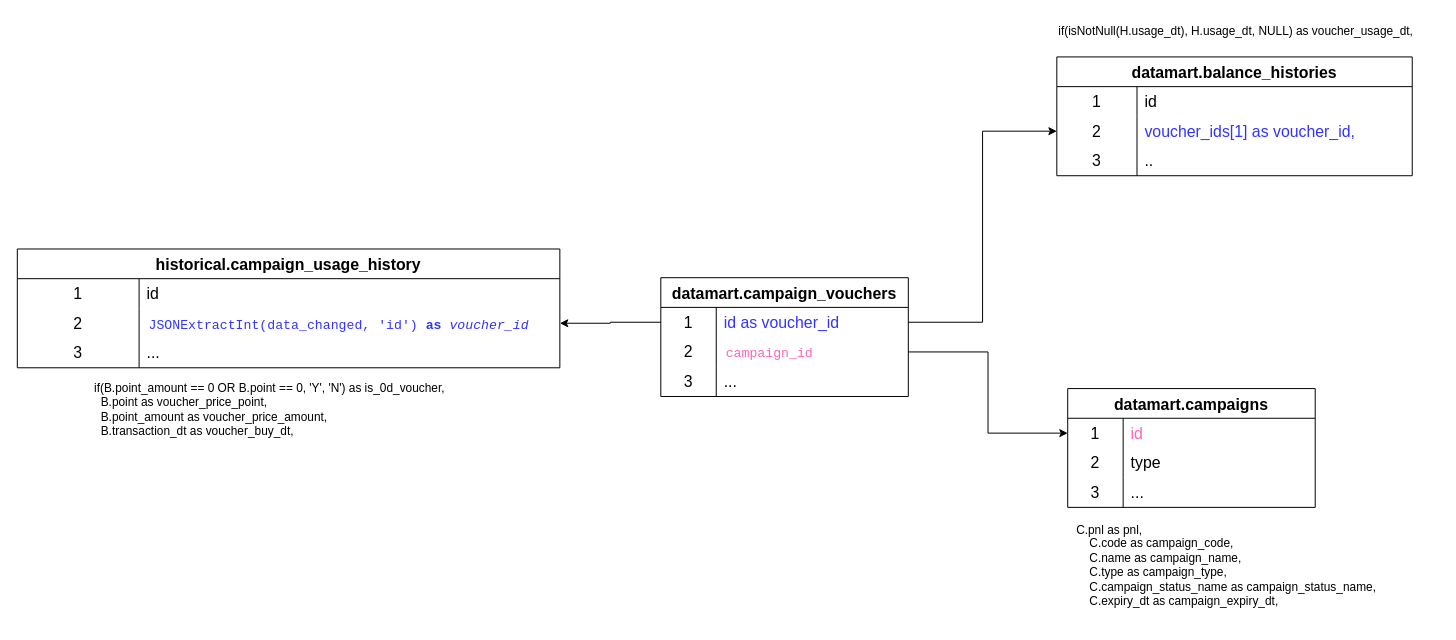
sonnn1505/Studying keeps this draw.io diagram as DG/Untitled Diagram.drawio. Above is the earlier version. Source tidied: cells renumbered, new cells numbered last; positions are measured from the earlier drawing's top-left corner, leaving out a move shared by most shapes. Both pictures are drawn from the tidied source at 99%, with x=0, y=0 at pixel (17, 17).
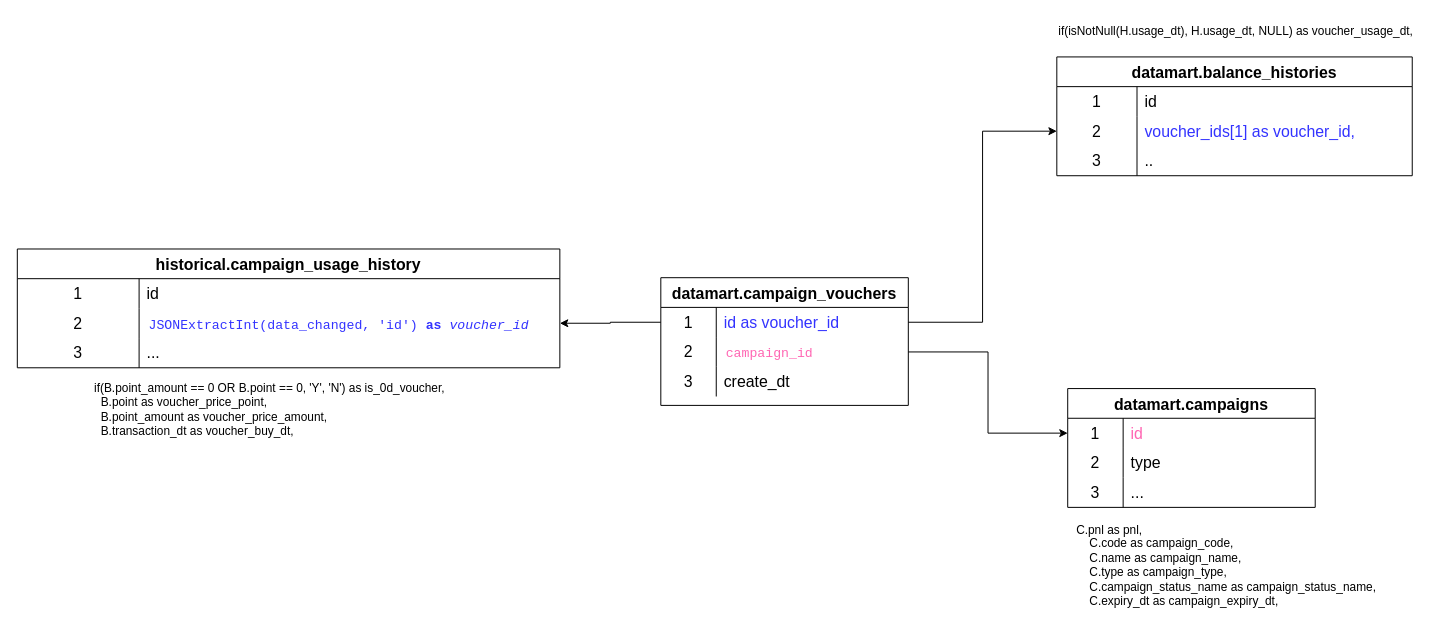
The same page after the edit.

Unchanged cells that the change refers to:
```xml
<mxCell id="9" style="shape=tableRow;horizontal=0;startSize=0;swimlaneHead=0;swimlaneBody=0;top=0;left=0;bottom=0;right=0;fillColor=none;strokeColor=inherit;fontSize=16;" parent="2" vertex="1">
  <mxGeometry y="90" width="250" height="30" as="geometry" />
</mxCell>
```

The edit, as a diff of the source:
```diff
@@
     <mxCell id="2" value="datamart.campaign_vouchers" style="shape=table;startSize=30;childLayout=tableLayout;rowLines=0;fontStyle=1;strokeColor=default;fontSize=16;" parent="1" vertex="1">
-      <mxGeometry x="650" y="263" width="250" height="120" as="geometry" />
+      <mxGeometry x="650" y="263" width="250" height="129" as="geometry" />
     </mxCell>
@@
-    <mxCell id="11" value="..." style="shape=partialRectangle;html=1;whiteSpace=wrap;fillColor=none;top=0;left=0;bottom=0;right=0;align=left;spacingLeft=6;overflow=hidden;strokeColor=inherit;fontSize=16;" parent="9" vertex="1">
+    <mxCell id="11" value="create_dt" style="shape=partialRectangle;html=1;whiteSpace=wrap;fillColor=none;top=0;left=0;bottom=0;right=0;align=left;spacingLeft=6;overflow=hidden;strokeColor=inherit;fontSize=16;" parent="9" vertex="1">
       <mxGeometry x="56" width="194" height="30" as="geometry" />
     </mxCell>
```
